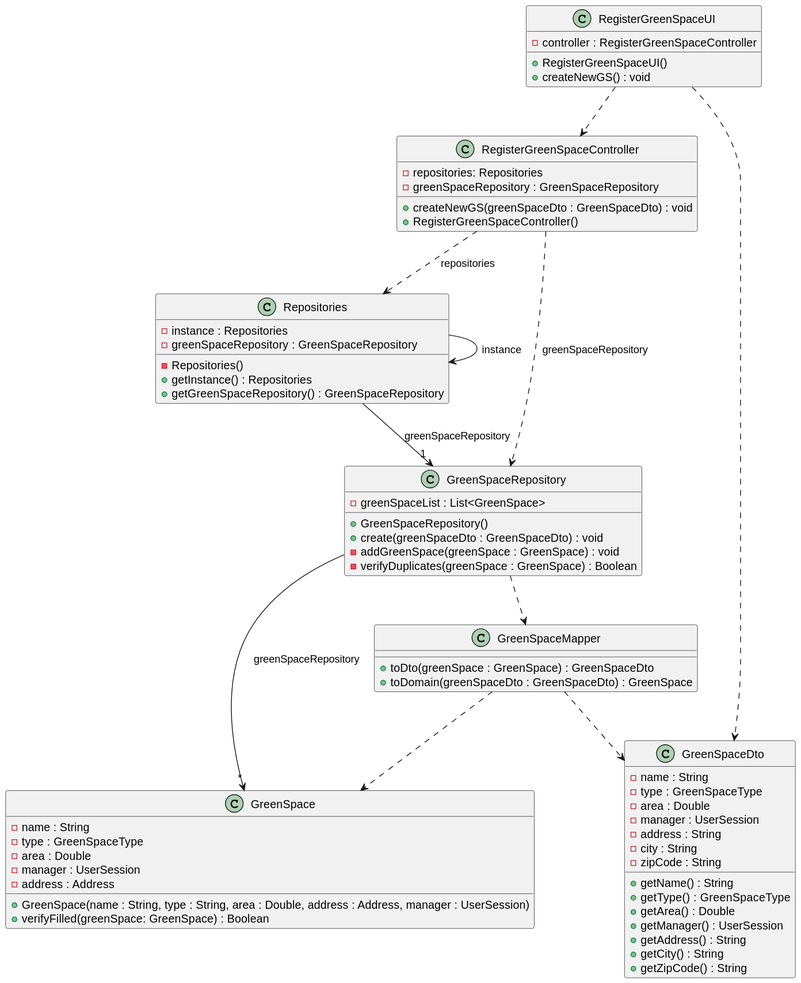
The PlantUML diagram docs/sprintC/us020/03.design/svg/us020-class-diagram.svg in ricardomm7/leaflink, before a commit.
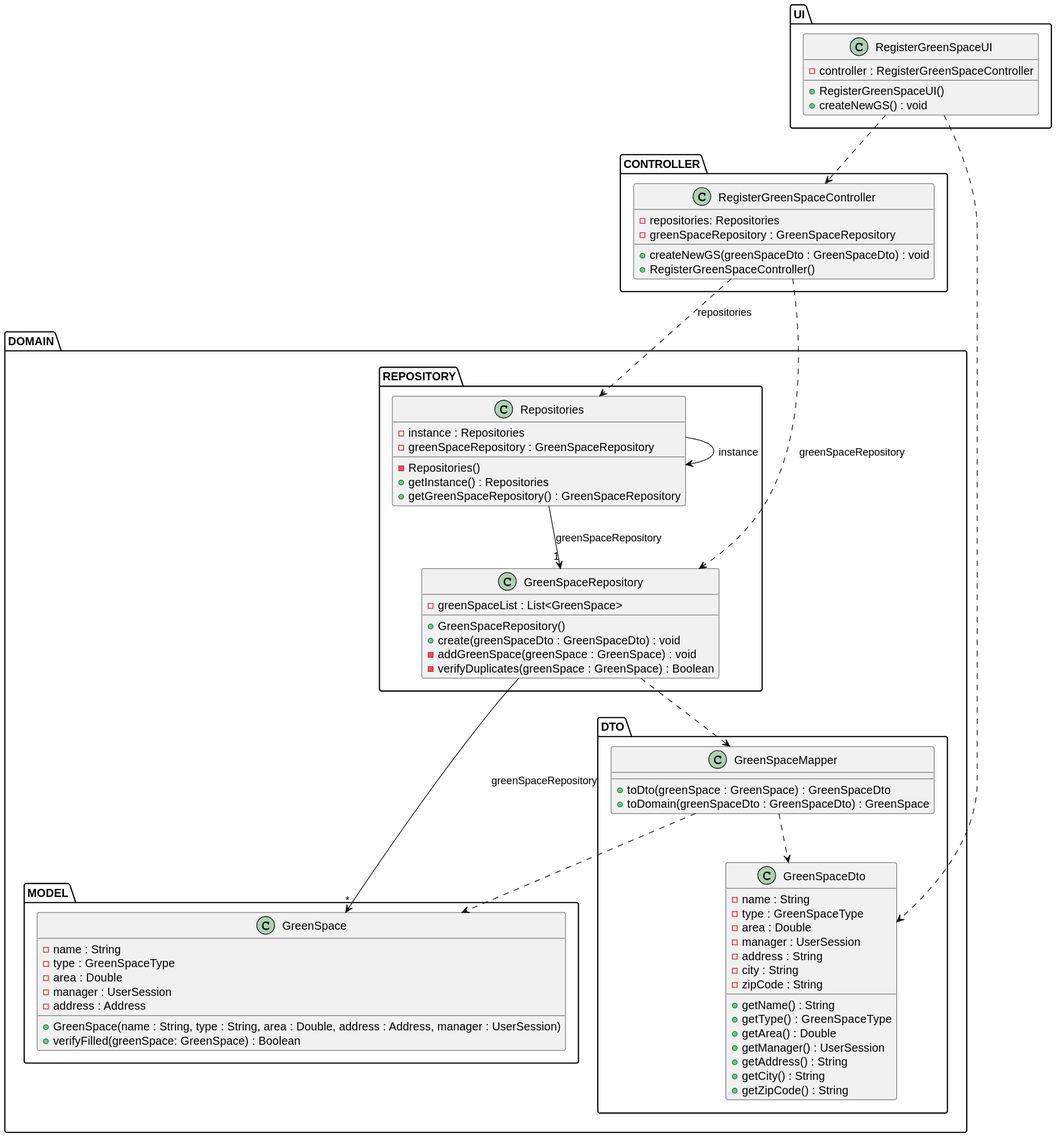
Above is the later version.

Diff of the diagram source:
```diff
@@ -2,20 +2,25 @@
 skinparam shadowing false
 skinparam line type polyline
 
-
+package UI {
     class RegisterGreenSpaceUI {
         - controller : RegisterGreenSpaceController
         + RegisterGreenSpaceUI()
         + createNewGS() : void
     }
+}
 
+package CONTROLLER {
     class RegisterGreenSpaceController {
         - repositories: Repositories
         - greenSpaceRepository : GreenSpaceRepository
         + createNewGS(greenSpaceDto : GreenSpaceDto) : void
         + RegisterGreenSpaceController()
     }
+}
 
+package DOMAIN {
+package REPOSITORY {
     class Repositories {
         - instance : Repositories
         - greenSpaceRepository : GreenSpaceRepository
@@ -31,7 +36,8 @@
         - addGreenSpace(greenSpace : GreenSpace) : void
         - verifyDuplicates(greenSpace : GreenSpace) : Boolean
     }
-
+    }
+package MODEL{
     class GreenSpace {
         - name : String
         - type : GreenSpaceType
@@ -41,7 +47,8 @@
         + GreenSpace(name : String, type : String, area : Double, address : Address, manager : UserSession)
         + verifyFilled(greenSpace: GreenSpace) : Boolean
     }
-
+}
+package DTO{
     class GreenSpaceDto{
         - name : String
         - type : GreenSpaceType
@@ -63,6 +70,8 @@
         +toDto(greenSpace : GreenSpace) : GreenSpaceDto
         +toDomain(greenSpaceDto : GreenSpaceDto) : GreenSpace
     }
+    }
+}
 
 RegisterGreenSpaceUI ..> RegisterGreenSpaceController
 RegisterGreenSpaceController ..> Repositories: repositories
```
